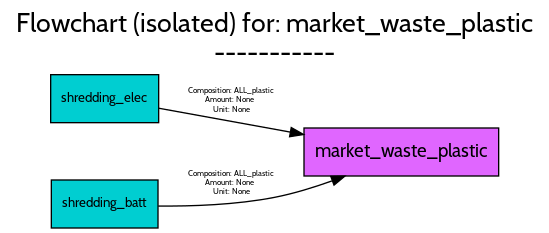
FutuRaM-Project/Recovery-Model keeps this Graphviz diagram as src/examples/ELV/figures/flowcharts/processes/png/market_waste_plastic.png. Above is the earlier version. Its source is kept beside it as src/examples/ELV/figures/flowcharts/processes/dot/market_waste_plastic.dot. Its diagram source:
```dot
digraph {
	graph [bb="0,0,404,167",
		font=Cabin,
		fontname=Cabin,
		fontsize=20,
		label="Flowchart (isolated) for: market_waste_plastic
-----------",
		labeljust=c,
		labelloc=tc,
		lheight=0.61,
		lp="202,141",
		lwidth=5.39,
		nodesep=0.6,
		rankdir=LR,
		ranksep=0.6
	];
	node [label="\N"];
	market_waste_plastic	[fillcolor=mediumorchid1,
		fontname=Cabin,
		fontsize=14,
		height=0.5,
		pos="297,57",
		shape=box,
		style=filled,
		width=2.0278];
	shredding_elec	[fillcolor=darkturquoise,
		fontname=Cabin,
		fontsize=10,
		height=0.5,
		pos="74.5,97",
		shape=box,
		style=filled,
		width=1.125];
	shredding_elec -> market_waste_plastic	[color=black,
		fontname=Cabin,
		fontsize=6,
		label="Composition: ALL_plastic
Amount: None
Unit: None",
		lp="169.5,95.5",
		pos="e,223.66,70.123 115.18,89.803 142.6,84.828 180.07,78.03 213.79,71.913"];
	shredding_batt	[fillcolor=darkturquoise,
		fontname=Cabin,
		fontsize=10,
		height=0.5,
		pos="74.5,18",
		shape=box,
		style=filled,
		width=1.1111];
	shredding_batt -> market_waste_plastic	[color=black,
		fontname=Cabin,
		fontsize=6,
		label="Composition: ALL_plastic
Amount: None
Unit: None",
		lp="169.5,33.5",
		pos="e,254.67,38.941 114.61,16.47 139.79,16.238 173.1,17.343 202,23 216.25,25.79 231.23,30.389 244.94,35.316"];
}
```
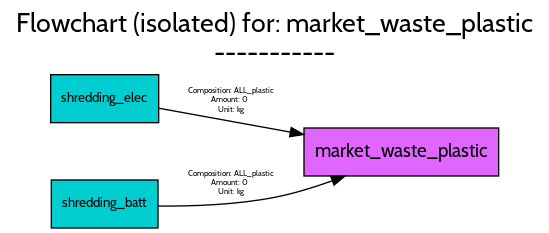
The same file after the commit.

The edit, as a diff of the source:
```diff
@@ -35,8 +35,8 @@
 		fontname=Cabin,
 		fontsize=6,
 		label="Composition: ALL_plastic
-Amount: None
-Unit: None",
+Amount: 0
+Unit: kg",
 		lp="169.5,95.5",
 		pos="e,223.66,70.123 115.18,89.803 142.6,84.828 180.07,78.03 213.79,71.913"];
 	shredding_batt	[fillcolor=darkturquoise,
@@ -51,8 +51,8 @@
 		fontname=Cabin,
 		fontsize=6,
 		label="Composition: ALL_plastic
-Amount: None
-Unit: None",
+Amount: 0
+Unit: kg",
 		lp="169.5,33.5",
 		pos="e,254.67,38.941 114.61,16.47 139.79,16.238 173.1,17.343 202,23 216.25,25.79 231.23,30.389 244.94,35.316"];
 }
```
